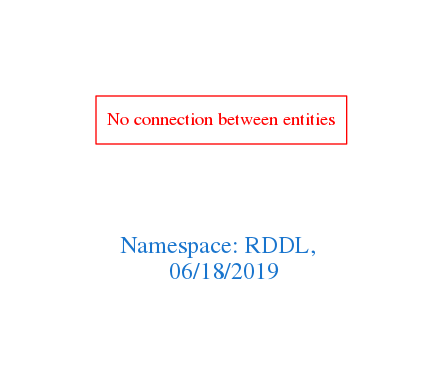
Before: downloads/RDDL.png, a diagram exported from Graphviz (arago/OGIT). Its source is kept beside it as downloads/RDDL.dot.
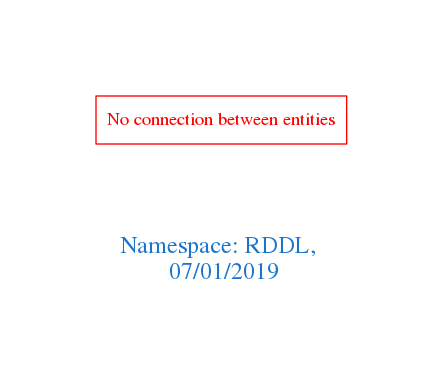
The same diagram one commit later.

Change to the diagram source:
```diff
@@ -1,7 +1,7 @@
 digraph OGIT_ontology {
  graph [ rankdir= LR,pad=1
 fontsize = 18,
-fontcolor= dodgerblue3,label = "\n\n\nNamespace: RDDL, \n 06/18/2019"];
+fontcolor= dodgerblue3,label = "\n\n\nNamespace: RDDL, \n 07/01/2019"];
 node[shape=polygon];
 edge [  color="gray81"];
 
```
